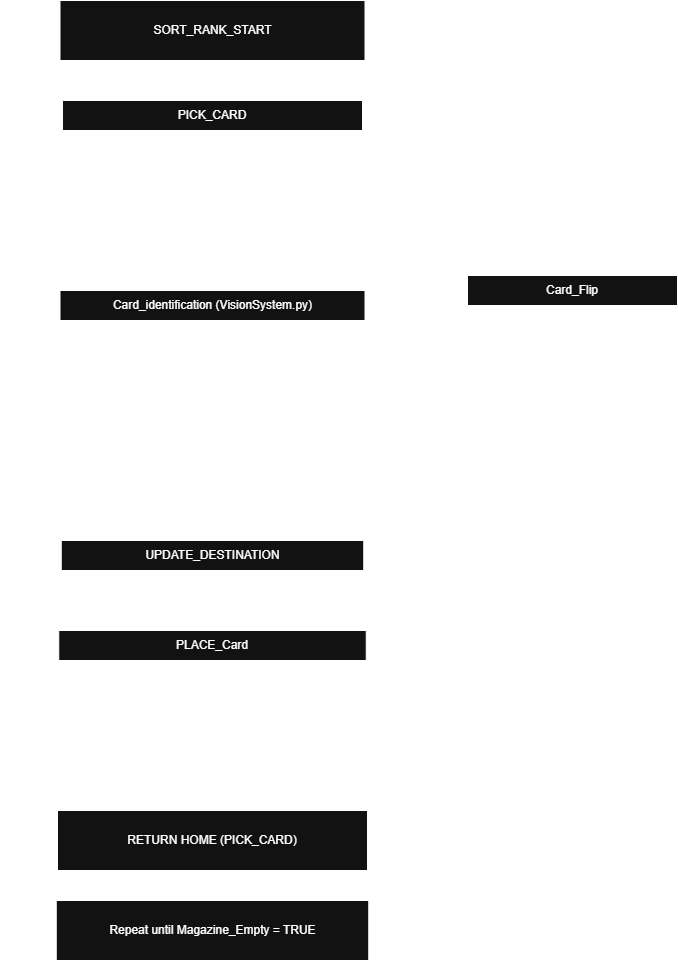
This is image/sequential_diagram_ranks.png from Finche01/mechatronics-card-sorting-system, a draw.io export, as it was before one commit. Source tidied: cells renumbered, new cells last; positions are measured from the earlier drawing's top-left corner, leaving out a move shared by most shapes.
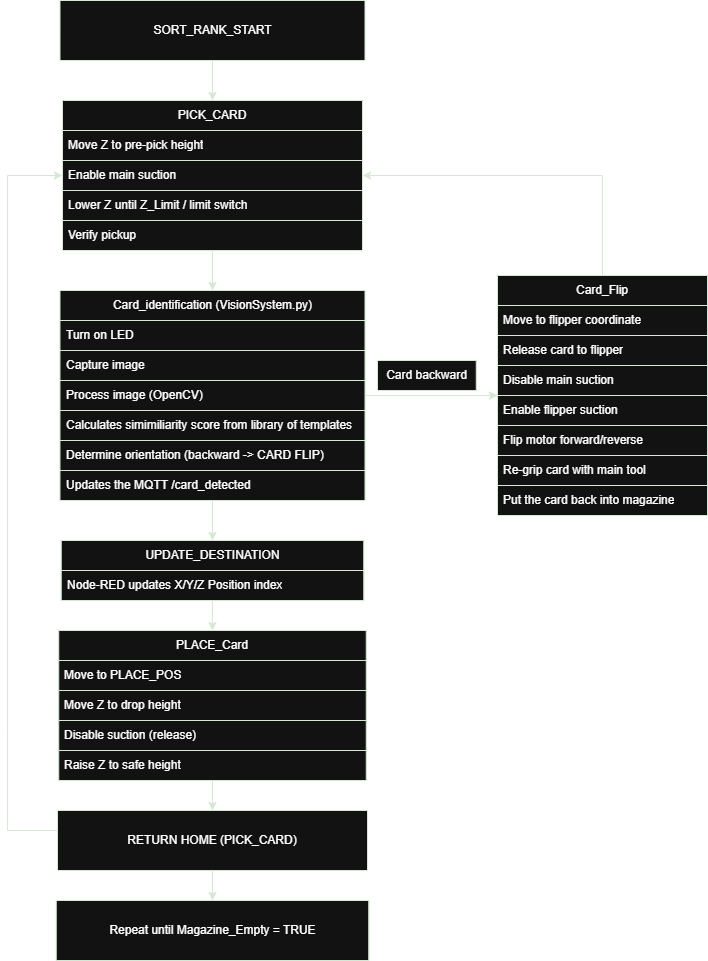
Above is the later version.

Commit message:
Signed-off-by: Finche01 <j_hyun@outlook.com>

Diff of the diagram source:
```diff
@@ -2,100 +2,100 @@
   <root>
     <mxCell id="0" />
     <mxCell id="1" parent="0" />
-    <mxCell id="2" style="edgeStyle=orthogonalEdgeStyle;rounded=0;jettySize=auto;html=1;" parent="1" edge="1" source="3" target="20">
+    <mxCell id="2" style="edgeStyle=orthogonalEdgeStyle;rounded=0;jettySize=auto;html=1;strokeColor=light-dark(#000000,#D5E8D4);" parent="1" edge="1" source="3" target="20">
       <mxGeometry relative="1" as="geometry" />
     </mxCell>
-    <mxCell id="3" value="PICK_CARD" style="swimlane;fontStyle=0;horizontal=1;startSize=30;whiteSpace=wrap;html=1;" parent="1" vertex="1">
+    <mxCell id="3" value="PICK_CARD" style="swimlane;fontStyle=0;horizontal=1;startSize=30;whiteSpace=wrap;html=1;strokeColor=light-dark(#000000,#D5E8D4);" parent="1" vertex="1">
       <mxGeometry x="55" y="100" width="300" height="150" as="geometry" />
     </mxCell>
-    <mxCell id="4" value=" Move Z to pre-pick height" style="text;strokeColor=none;fillColor=none;align=left;verticalAlign=middle;spacingLeft=4;spacingRight=4;overflow=hidden;whiteSpace=wrap;html=1;" parent="3" vertex="1">
+    <mxCell id="4" value=" Move Z to pre-pick height" style="text;strokeColor=light-dark(#000000,#D5E8D4);fillColor=default;align=left;verticalAlign=middle;spacingLeft=4;spacingRight=4;overflow=hidden;whiteSpace=wrap;html=1;" parent="3" vertex="1">
       <mxGeometry y="30" width="300" height="30" as="geometry" />
     </mxCell>
-    <mxCell id="5" value="Enable main suction" style="text;strokeColor=none;fillColor=none;align=left;verticalAlign=middle;spacingLeft=4;spacingRight=4;overflow=hidden;points=[[0,0.5],[1,0.5]];portConstraint=eastwest;whiteSpace=wrap;html=1;" parent="3" vertex="1">
+    <mxCell id="5" value="Enable main suction" style="text;strokeColor=light-dark(#000000,#D5E8D4);fillColor=default;align=left;verticalAlign=middle;spacingLeft=4;spacingRight=4;overflow=hidden;points=[[0,0.5],[1,0.5]];portConstraint=eastwest;whiteSpace=wrap;html=1;" parent="3" vertex="1">
       <mxGeometry y="60" width="300" height="30" as="geometry" />
     </mxCell>
-    <mxCell id="6" value="Lower Z until Z_Limit / limit switch&amp;nbsp;" style="text;strokeColor=none;fillColor=none;align=left;verticalAlign=middle;spacingLeft=4;spacingRight=4;overflow=hidden;whiteSpace=wrap;html=1;" parent="3" vertex="1">
+    <mxCell id="6" value="Lower Z until Z_Limit / limit switch&amp;nbsp;" style="text;strokeColor=light-dark(#000000,#D5E8D4);fillColor=default;align=left;verticalAlign=middle;spacingLeft=4;spacingRight=4;overflow=hidden;whiteSpace=wrap;html=1;" parent="3" vertex="1">
       <mxGeometry y="90" width="300" height="30" as="geometry" />
     </mxCell>
-    <mxCell id="7" value="Verify pickup" style="text;strokeColor=none;fillColor=none;align=left;verticalAlign=middle;spacingLeft=4;spacingRight=4;overflow=hidden;whiteSpace=wrap;html=1;" parent="3" vertex="1">
+    <mxCell id="7" value="Verify pickup" style="text;strokeColor=light-dark(#000000,#D5E8D4);fillColor=default;align=left;verticalAlign=middle;spacingLeft=4;spacingRight=4;overflow=hidden;whiteSpace=wrap;html=1;" parent="3" vertex="1">
       <mxGeometry y="120" width="300" height="30" as="geometry" />
     </mxCell>
-    <mxCell id="8" style="edgeStyle=orthogonalEdgeStyle;rounded=0;jettySize=auto;html=1;entryX=1;entryY=0.5;entryDx=0;entryDy=0;" parent="1" edge="1" source="9" target="5">
+    <mxCell id="8" style="edgeStyle=orthogonalEdgeStyle;rounded=0;jettySize=auto;html=1;entryX=1;entryY=0.5;entryDx=0;entryDy=0;strokeColor=light-dark(#000000,#D5E8D4);" parent="1" edge="1" source="9" target="5">
       <mxGeometry relative="1" as="geometry" />
     </mxCell>
-    <mxCell id="9" value="Card_Flip" style="swimlane;fontStyle=0;horizontal=1;startSize=30;whiteSpace=wrap;html=1;" parent="1" vertex="1">
-      <mxGeometry x="460" y="275" width="210" height="240" as="geometry" />
+    <mxCell id="9" value="Card_Flip" style="swimlane;fontStyle=0;horizontal=1;startSize=30;whiteSpace=wrap;html=1;strokeColor=light-dark(#000000,#D5E8D4);" parent="1" vertex="1">
+      <mxGeometry x="490" y="275" width="210" height="240" as="geometry" />
     </mxCell>
-    <mxCell id="10" value="Move to flipper coordinate" style="text;strokeColor=none;fillColor=none;align=left;verticalAlign=middle;spacingLeft=4;spacingRight=4;overflow=hidden;whiteSpace=wrap;html=1;" parent="9" vertex="1">
+    <mxCell id="10" value="Move to flipper coordinate" style="text;strokeColor=light-dark(#000000,#D5E8D4);fillColor=default;align=left;verticalAlign=middle;spacingLeft=4;spacingRight=4;overflow=hidden;whiteSpace=wrap;html=1;" parent="9" vertex="1">
       <mxGeometry y="30" width="210" height="30" as="geometry" />
     </mxCell>
-    <mxCell id="11" value="Release card to flipper" style="text;strokeColor=none;fillColor=none;align=left;verticalAlign=middle;spacingLeft=4;spacingRight=4;overflow=hidden;whiteSpace=wrap;html=1;" parent="9" vertex="1">
+    <mxCell id="11" value="Release card to flipper" style="text;strokeColor=light-dark(#000000,#D5E8D4);fillColor=default;align=left;verticalAlign=middle;spacingLeft=4;spacingRight=4;overflow=hidden;whiteSpace=wrap;html=1;" parent="9" vertex="1">
       <mxGeometry y="60" width="210" height="30" as="geometry" />
     </mxCell>
-    <mxCell id="12" value="Disable main suction" style="text;strokeColor=none;fillColor=none;align=left;verticalAlign=middle;spacingLeft=4;spacingRight=4;overflow=hidden;whiteSpace=wrap;html=1;" parent="9" vertex="1">
+    <mxCell id="12" value="Disable main suction" style="text;strokeColor=light-dark(#000000,#D5E8D4);fillColor=default;align=left;verticalAlign=middle;spacingLeft=4;spacingRight=4;overflow=hidden;whiteSpace=wrap;html=1;" parent="9" vertex="1">
       <mxGeometry y="90" width="210" height="30" as="geometry" />
     </mxCell>
-    <mxCell id="13" value="Enable flipper suction" style="text;strokeColor=none;fillColor=none;align=left;verticalAlign=middle;spacingLeft=4;spacingRight=4;overflow=hidden;whiteSpace=wrap;html=1;" parent="9" vertex="1">
+    <mxCell id="13" value="Enable flipper suction" style="text;strokeColor=light-dark(#000000,#D5E8D4);fillColor=default;align=left;verticalAlign=middle;spacingLeft=4;spacingRight=4;overflow=hidden;whiteSpace=wrap;html=1;" parent="9" vertex="1">
       <mxGeometry y="120" width="210" height="30" as="geometry" />
     </mxCell>
-    <mxCell id="14" value="Flip motor forward/reverse" style="text;strokeColor=none;fillColor=none;align=left;verticalAlign=middle;spacingLeft=4;spacingRight=4;overflow=hidden;whiteSpace=wrap;html=1;" parent="9" vertex="1">
+    <mxCell id="14" value="Flip motor forward/reverse" style="text;strokeColor=light-dark(#000000,#D5E8D4);fillColor=default;align=left;verticalAlign=middle;spacingLeft=4;spacingRight=4;overflow=hidden;whiteSpace=wrap;html=1;" parent="9" vertex="1">
       <mxGeometry y="150" width="210" height="30" as="geometry" />
     </mxCell>
-    <mxCell id="15" value="Re-grip card with main tool" style="text;strokeColor=none;fillColor=none;align=left;verticalAlign=middle;spacingLeft=4;spacingRight=4;overflow=hidden;whiteSpace=wrap;html=1;" parent="9" vertex="1">
+    <mxCell id="15" value="Re-grip card with main tool" style="text;strokeColor=light-dark(#000000,#D5E8D4);fillColor=default;align=left;verticalAlign=middle;spacingLeft=4;spacingRight=4;overflow=hidden;whiteSpace=wrap;html=1;" parent="9" vertex="1">
       <mxGeometry y="180" width="210" height="30" as="geometry" />
     </mxCell>
-    <mxCell id="16" value="Put the card back into magazine" style="text;strokeColor=none;fillColor=none;align=left;verticalAlign=middle;spacingLeft=4;spacingRight=4;overflow=hidden;whiteSpace=wrap;html=1;" parent="9" vertex="1">
+    <mxCell id="16" value="Put the card back into magazine" style="text;strokeColor=light-dark(#000000,#D5E8D4);fillColor=default;align=left;verticalAlign=middle;spacingLeft=4;spacingRight=4;overflow=hidden;whiteSpace=wrap;html=1;" parent="9" vertex="1">
       <mxGeometry y="210" width="210" height="30" as="geometry" />
     </mxCell>
-    <mxCell id="17" value="Card backward" style="text;html=1;whiteSpace=wrap;strokeColor=none;fillColor=none;align=center;verticalAlign=middle;rounded=0;" parent="1" vertex="1">
-      <mxGeometry x="330" y="370" width="150" height="30" as="geometry" />
+    <mxCell id="17" value="Card backward" style="text;html=1;whiteSpace=wrap;strokeColor=light-dark(#000000,#D5E8D4);fillColor=default;align=center;verticalAlign=middle;rounded=0;" parent="1" vertex="1">
+      <mxGeometry x="370" y="360" width="98.8" height="30" as="geometry" />
     </mxCell>
-    <mxCell id="18" style="edgeStyle=orthogonalEdgeStyle;rounded=0;jettySize=auto;html=1;" parent="1" edge="1" source="20" target="9">
+    <mxCell id="18" style="edgeStyle=orthogonalEdgeStyle;rounded=0;jettySize=auto;html=1;strokeColor=light-dark(#000000,#D5E8D4);" parent="1" edge="1" source="20" target="9">
       <mxGeometry relative="1" as="geometry" />
     </mxCell>
-    <mxCell id="19" style="edgeStyle=orthogonalEdgeStyle;rounded=0;jettySize=auto;html=1;entryX=0.5;entryY=0;entryDx=0;entryDy=0;" parent="1" edge="1" source="20" target="39">
+    <mxCell id="19" style="edgeStyle=orthogonalEdgeStyle;rounded=0;jettySize=auto;html=1;entryX=0.5;entryY=0;entryDx=0;entryDy=0;strokeColor=light-dark(#000000,#D5E8D4);" parent="1" edge="1" source="20" target="39">
       <mxGeometry relative="1" as="geometry" />
     </mxCell>
-    <mxCell id="20" value="Card_identification (VisionSystem.py)" style="swimlane;fontStyle=0;horizontal=1;startSize=30;whiteSpace=wrap;html=1;" parent="1" vertex="1">
+    <mxCell id="20" value="Card_identification (VisionSystem.py)" style="swimlane;fontStyle=0;horizontal=1;startSize=30;whiteSpace=wrap;html=1;strokeColor=light-dark(#000000,#D5E8D4);" parent="1" vertex="1">
       <mxGeometry x="52.5" y="290" width="305" height="210" as="geometry" />
     </mxCell>
-    <mxCell id="21" value="Turn on LED" style="text;strokeColor=none;fillColor=none;align=left;verticalAlign=middle;spacingLeft=4;spacingRight=4;overflow=hidden;whiteSpace=wrap;html=1;" parent="20" vertex="1">
+    <mxCell id="21" value="Turn on LED" style="text;strokeColor=light-dark(#000000,#D5E8D4);fillColor=default;align=left;verticalAlign=middle;spacingLeft=4;spacingRight=4;overflow=hidden;whiteSpace=wrap;html=1;" parent="20" vertex="1">
       <mxGeometry y="30" width="305" height="30" as="geometry" />
     </mxCell>
-    <mxCell id="22" value="Capture image" style="text;strokeColor=none;fillColor=none;align=left;verticalAlign=middle;spacingLeft=4;spacingRight=4;overflow=hidden;whiteSpace=wrap;html=1;" parent="20" vertex="1">
+    <mxCell id="22" value="Capture image" style="text;strokeColor=light-dark(#000000,#D5E8D4);fillColor=default;align=left;verticalAlign=middle;spacingLeft=4;spacingRight=4;overflow=hidden;whiteSpace=wrap;html=1;" parent="20" vertex="1">
       <mxGeometry y="60" width="305" height="30" as="geometry" />
     </mxCell>
-    <mxCell id="23" value="Process image (OpenCV)" style="text;strokeColor=none;fillColor=none;align=left;verticalAlign=middle;spacingLeft=4;spacingRight=4;overflow=hidden;whiteSpace=wrap;html=1;" parent="20" vertex="1">
+    <mxCell id="23" value="Process image (OpenCV)" style="text;strokeColor=light-dark(#000000,#D5E8D4);fillColor=default;align=left;verticalAlign=middle;spacingLeft=4;spacingRight=4;overflow=hidden;whiteSpace=wrap;html=1;" parent="20" vertex="1">
       <mxGeometry y="90" width="305" height="30" as="geometry" />
     </mxCell>
-    <mxCell id="24" value="Calculates simimiliarity score from library of templates" style="text;strokeColor=none;fillColor=none;align=left;verticalAlign=middle;spacingLeft=4;spacingRight=4;overflow=hidden;whiteSpace=wrap;html=1;" parent="20" vertex="1">
+    <mxCell id="24" value="Calculates simimiliarity score from library of templates" style="text;strokeColor=light-dark(#000000,#D5E8D4);fillColor=default;align=left;verticalAlign=middle;spacingLeft=4;spacingRight=4;overflow=hidden;whiteSpace=wrap;html=1;" parent="20" vertex="1">
       <mxGeometry y="120" width="305" height="30" as="geometry" />
     </mxCell>
-    <mxCell id="25" value="Determine orientation (backward -&amp;gt; CARD FLIP)" style="text;strokeColor=none;fillColor=none;align=left;verticalAlign=middle;spacingLeft=4;spacingRight=4;overflow=hidden;whiteSpace=wrap;html=1;" parent="20" vertex="1">
+    <mxCell id="25" value="Determine orientation (backward -&amp;gt; CARD FLIP)" style="text;strokeColor=light-dark(#000000,#D5E8D4);fillColor=default;align=left;verticalAlign=middle;spacingLeft=4;spacingRight=4;overflow=hidden;whiteSpace=wrap;html=1;" parent="20" vertex="1">
       <mxGeometry y="150" width="305" height="30" as="geometry" />
     </mxCell>
-    <mxCell id="26" value="Updates the MQTT /card_detected" style="text;strokeColor=none;fillColor=none;align=left;verticalAlign=middle;spacingLeft=4;spacingRight=4;overflow=hidden;whiteSpace=wrap;html=1;" parent="20" vertex="1">
+    <mxCell id="26" value="Updates the MQTT /card_detected" style="text;strokeColor=light-dark(#000000,#D5E8D4);fillColor=default;align=left;verticalAlign=middle;spacingLeft=4;spacingRight=4;overflow=hidden;whiteSpace=wrap;html=1;" parent="20" vertex="1">
       <mxGeometry y="180" width="305" height="30" as="geometry" />
     </mxCell>
-    <mxCell id="27" style="edgeStyle=orthogonalEdgeStyle;rounded=0;jettySize=auto;html=1;" parent="1" edge="1" source="28" target="35">
+    <mxCell id="27" style="edgeStyle=orthogonalEdgeStyle;rounded=0;jettySize=auto;html=1;strokeColor=light-dark(#000000,#D5E8D4);" parent="1" edge="1" source="28" target="35">
       <mxGeometry relative="1" as="geometry" />
     </mxCell>
-    <mxCell id="28" value="PLACE_Card" style="swimlane;fontStyle=0;horizontal=1;startSize=30;whiteSpace=wrap;html=1;" parent="1" vertex="1">
+    <mxCell id="28" value="PLACE_Card" style="swimlane;fontStyle=0;horizontal=1;startSize=30;whiteSpace=wrap;html=1;strokeColor=light-dark(#000000,#D5E8D4);" parent="1" vertex="1">
       <mxGeometry x="51.2" y="630" width="307.5" height="150" as="geometry" />
     </mxCell>
-    <mxCell id="29" value="Move to PLACE_POS" style="text;strokeColor=none;fillColor=none;align=left;verticalAlign=middle;spacingLeft=4;spacingRight=4;overflow=hidden;whiteSpace=wrap;html=1;" parent="28" vertex="1">
+    <mxCell id="29" value="Move to PLACE_POS" style="text;strokeColor=light-dark(#000000,#D5E8D4);fillColor=default;align=left;verticalAlign=middle;spacingLeft=4;spacingRight=4;overflow=hidden;whiteSpace=wrap;html=1;" parent="28" vertex="1">
       <mxGeometry y="30" width="307.5" height="30" as="geometry" />
     </mxCell>
-    <mxCell id="30" value="Move Z to drop height" style="text;strokeColor=none;fillColor=none;align=left;verticalAlign=middle;spacingLeft=4;spacingRight=4;overflow=hidden;whiteSpace=wrap;html=1;" parent="28" vertex="1">
+    <mxCell id="30" value="Move Z to drop height" style="text;strokeColor=light-dark(#000000,#D5E8D4);fillColor=default;align=left;verticalAlign=middle;spacingLeft=4;spacingRight=4;overflow=hidden;whiteSpace=wrap;html=1;" parent="28" vertex="1">
       <mxGeometry y="60" width="307.5" height="30" as="geometry" />
     </mxCell>
-    <mxCell id="31" value=" Disable suction (release)" style="text;strokeColor=none;fillColor=none;align=left;verticalAlign=middle;spacingLeft=4;spacingRight=4;overflow=hidden;whiteSpace=wrap;html=1;" parent="28" vertex="1">
+    <mxCell id="31" value=" Disable suction (release)" style="text;strokeColor=light-dark(#000000,#D5E8D4);fillColor=default;align=left;verticalAlign=middle;spacingLeft=4;spacingRight=4;overflow=hidden;whiteSpace=wrap;html=1;" parent="28" vertex="1">
       <mxGeometry y="90" width="307.5" height="30" as="geometry" />
     </mxCell>
-    <mxCell id="32" value="Raise Z to safe height" style="text;strokeColor=none;fillColor=none;align=left;verticalAlign=middle;spacingLeft=4;spacingRight=4;overflow=hidden;whiteSpace=wrap;html=1;" parent="28" vertex="1">
+    <mxCell id="32" value="Raise Z to safe height" style="text;strokeColor=light-dark(#000000,#D5E8D4);fillColor=default;align=left;verticalAlign=middle;spacingLeft=4;spacingRight=4;overflow=hidden;whiteSpace=wrap;html=1;" parent="28" vertex="1">
       <mxGeometry y="120" width="307.5" height="30" as="geometry" />
     </mxCell>
-    <mxCell id="33" style="edgeStyle=orthogonalEdgeStyle;rounded=0;jettySize=auto;html=1;entryX=0;entryY=0.5;entryDx=0;entryDy=0;" parent="1" edge="1" source="35" target="5">
+    <mxCell id="33" style="edgeStyle=orthogonalEdgeStyle;rounded=0;jettySize=auto;html=1;entryX=0;entryY=0.5;entryDx=0;entryDy=0;strokeColor=light-dark(#000000,#D5E8D4);" parent="1" edge="1" source="35" target="5">
       <mxGeometry relative="1" as="geometry">
         <Array as="points">
           <mxPoint y="830" />
@@ -103,28 +103,28 @@
         </Array>
       </mxGeometry>
     </mxCell>
-    <mxCell id="34" style="edgeStyle=orthogonalEdgeStyle;rounded=0;jettySize=auto;html=1;" parent="1" edge="1" source="35" target="41">
+    <mxCell id="34" style="edgeStyle=orthogonalEdgeStyle;rounded=0;jettySize=auto;html=1;strokeColor=light-dark(#000000,#D5E8D4);" parent="1" edge="1" source="35" target="41">
       <mxGeometry relative="1" as="geometry" />
     </mxCell>
-    <mxCell id="35" value="&lt;div&gt;RETURN HOME (PICK_CARD)&lt;/div&gt;" style="rounded=0;whiteSpace=wrap;html=1;" parent="1" vertex="1">
+    <mxCell id="35" value="&lt;div&gt;RETURN HOME (PICK_CARD)&lt;/div&gt;" style="rounded=0;whiteSpace=wrap;html=1;strokeColor=light-dark(#000000,#D5E8D4);" parent="1" vertex="1">
       <mxGeometry x="50" y="810" width="310" height="60" as="geometry" />
     </mxCell>
-    <mxCell id="36" style="edgeStyle=orthogonalEdgeStyle;rounded=0;jettySize=auto;html=1;" parent="1" edge="1" source="37" target="3">
+    <mxCell id="36" style="edgeStyle=orthogonalEdgeStyle;rounded=0;jettySize=auto;html=1;strokeColor=light-dark(#000000,#D5E8D4);" parent="1" edge="1" source="37" target="3">
       <mxGeometry relative="1" as="geometry" />
     </mxCell>
-    <mxCell id="37" value="SORT_RANK_START" style="rounded=0;whiteSpace=wrap;html=1;" parent="1" vertex="1">
+    <mxCell id="37" value="SORT_RANK_START" style="rounded=0;whiteSpace=wrap;html=1;strokeColor=light-dark(#000000,#D5E8D4);" parent="1" vertex="1">
       <mxGeometry x="52.5" width="305" height="60" as="geometry" />
     </mxCell>
-    <mxCell id="38" style="edgeStyle=orthogonalEdgeStyle;rounded=0;jettySize=auto;html=1;entryX=0.5;entryY=0;entryDx=0;entryDy=0;" parent="1" edge="1" source="39" target="28">
+    <mxCell id="38" style="edgeStyle=orthogonalEdgeStyle;rounded=0;jettySize=auto;html=1;entryX=0.5;entryY=0;entryDx=0;entryDy=0;strokeColor=light-dark(#000000,#D5E8D4);" parent="1" edge="1" source="39" target="28">
       <mxGeometry relative="1" as="geometry" />
     </mxCell>
-    <mxCell id="39" value="UPDATE_DESTINATION" style="swimlane;fontStyle=0;horizontal=1;startSize=30;whiteSpace=wrap;html=1;" parent="1" vertex="1">
+    <mxCell id="39" value="UPDATE_DESTINATION" style="swimlane;fontStyle=0;horizontal=1;startSize=30;whiteSpace=wrap;html=1;strokeColor=light-dark(#000000,#D5E8D4);" parent="1" vertex="1">
       <mxGeometry x="53.8" y="540" width="302.5" height="60" as="geometry" />
     </mxCell>
-    <mxCell id="40" value="Node-RED updates X/Y/Z Position index" style="text;strokeColor=none;fillColor=none;align=left;verticalAlign=middle;spacingLeft=4;spacingRight=4;overflow=hidden;whiteSpace=wrap;html=1;" parent="39" vertex="1">
+    <mxCell id="40" value="Node-RED updates X/Y/Z Position index" style="text;strokeColor=light-dark(#000000,#D5E8D4);fillColor=default;align=left;verticalAlign=middle;spacingLeft=4;spacingRight=4;overflow=hidden;whiteSpace=wrap;html=1;" parent="39" vertex="1">
       <mxGeometry y="30" width="302.5" height="30" as="geometry" />
     </mxCell>
-    <mxCell id="41" value="Repeat until Magazine_Empty = TRUE" style="rounded=0;whiteSpace=wrap;html=1;" parent="1" vertex="1">
+    <mxCell id="41" value="Repeat until Magazine_Empty = TRUE" style="rounded=0;whiteSpace=wrap;html=1;strokeColor=light-dark(#000000,#D5E8D4);" parent="1" vertex="1">
       <mxGeometry x="48.8" y="900" width="312.5" height="60" as="geometry" />
     </mxCell>
   </root>
```
